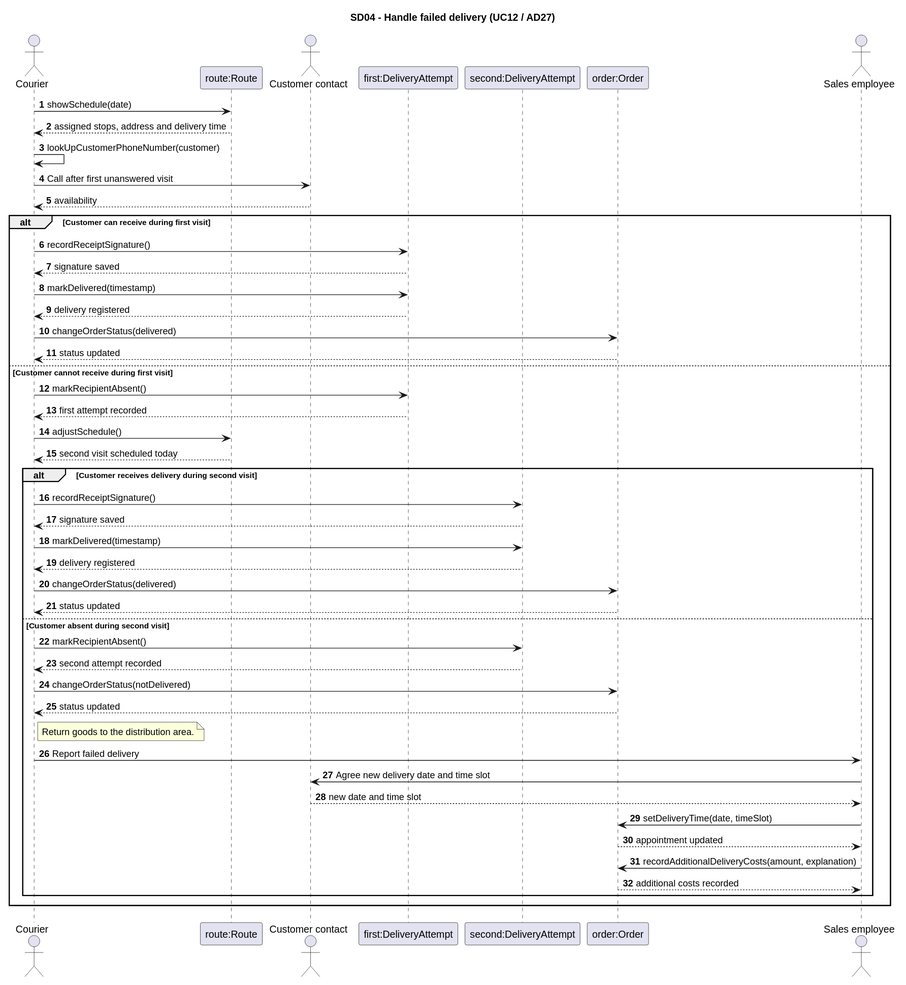
The PlantUML diagram Documentation/Architecture/uml/export/sequence_diagrams/SD04_KlantNietThuis.svg in ViktorQorri/Project-Timaflu, before a commit.
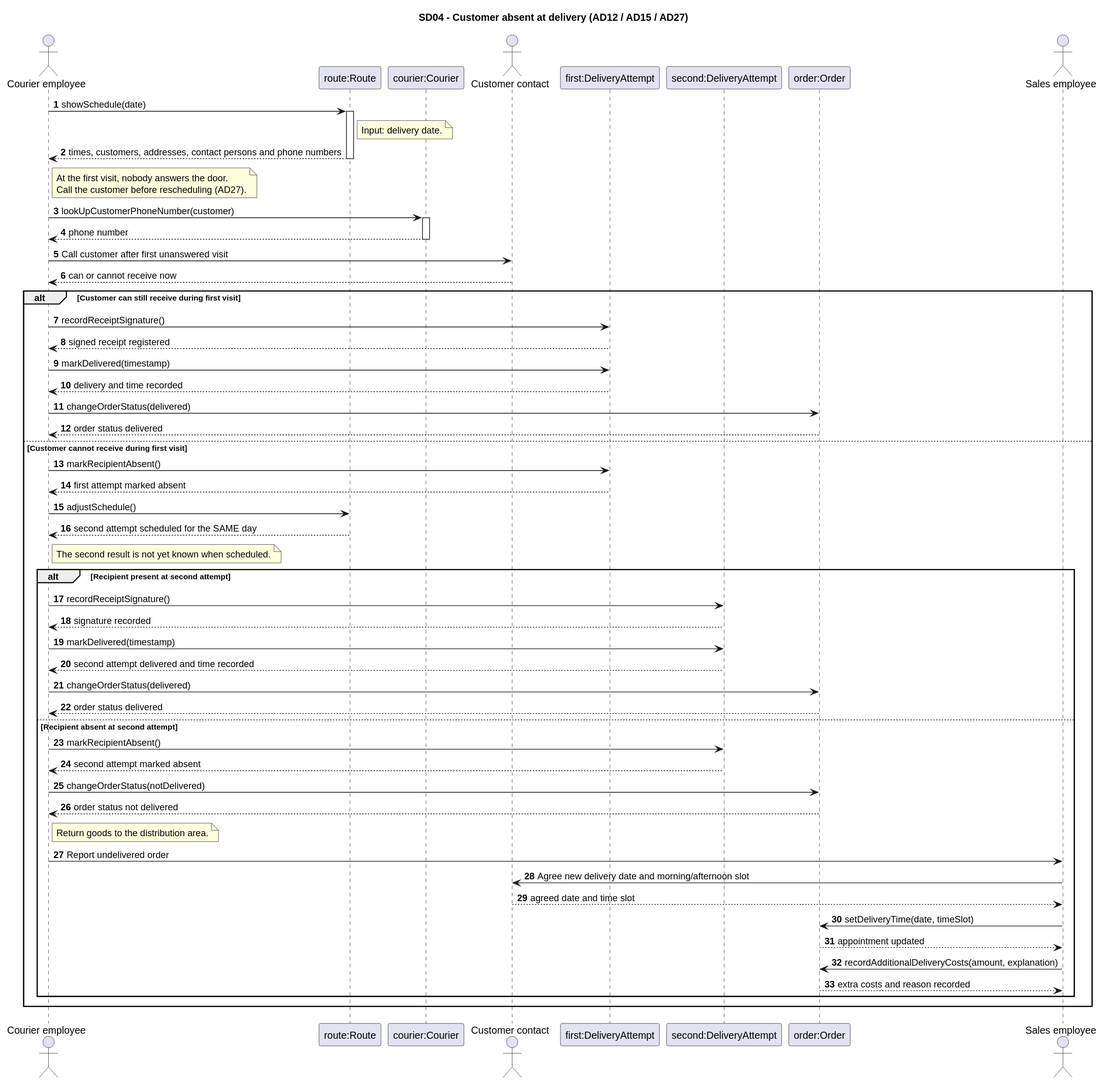
The same diagram one commit later.

Change to the diagram source:
```diff
@@ -1,50 +1,65 @@
 @startuml
-title SD04 - Handle failed delivery (UC12 / AD27)
+title SD04 - Customer absent at delivery (AD12 / AD15 / AD27)
 autonumber
-actor "Courier" as Courier
+
+actor "Courier employee" as CourierEmployee
 participant "route:Route" as Route
+participant "courier:Courier" as Courier
 actor "Customer contact" as Contact
 participant "first:DeliveryAttempt" as First
 participant "second:DeliveryAttempt" as Second
 participant "order:Order" as Order
 actor "Sales employee" as Sales
-Courier -> Route: showSchedule(date)
-Route --> Courier: assigned stops, address and delivery time
-Courier -> Courier: lookUpCustomerPhoneNumber(customer)
-Courier -> Contact: Call after first unanswered visit
-Contact --> Courier: availability
-alt Customer can receive during first visit
-  Courier -> First: recordReceiptSignature()
-  First --> Courier: signature saved
-  Courier -> First: markDelivered(timestamp)
-  First --> Courier: delivery registered
-  Courier -> Order: changeOrderStatus(delivered)
-  Order --> Courier: status updated
+
+CourierEmployee -> Route: showSchedule(date)
+activate Route
+note right of Route: Input: delivery date.
+Route --> CourierEmployee: times, customers, addresses, contact persons and phone numbers
+deactivate Route
+note right of CourierEmployee
+  At the first visit, nobody answers the door.
+  Call the customer before rescheduling (AD27).
+end note
+CourierEmployee -> Courier: lookUpCustomerPhoneNumber(customer)
+activate Courier
+Courier --> CourierEmployee: phone number
+deactivate Courier
+CourierEmployee -> Contact: Call customer after first unanswered visit
+Contact --> CourierEmployee: can or cannot receive now
+
+alt Customer can still receive during first visit
+  CourierEmployee -> First: recordReceiptSignature()
+  First --> CourierEmployee: signed receipt registered
+  CourierEmployee -> First: markDelivered(timestamp)
+  First --> CourierEmployee: delivery and time recorded
+  CourierEmployee -> Order: changeOrderStatus(delivered)
+  Order --> CourierEmployee: order status delivered
 else Customer cannot receive during first visit
-  Courier -> First: markRecipientAbsent()
-  First --> Courier: first attempt recorded
-  Courier -> Route: adjustSchedule()
-  Route --> Courier: second visit scheduled today
-  alt Customer receives delivery during second visit
-    Courier -> Second: recordReceiptSignature()
-    Second --> Courier: signature saved
-    Courier -> Second: markDelivered(timestamp)
-    Second --> Courier: delivery registered
-    Courier -> Order: changeOrderStatus(delivered)
-    Order --> Courier: status updated
-  else Customer absent during second visit
-    Courier -> Second: markRecipientAbsent()
-    Second --> Courier: second attempt recorded
-    Courier -> Order: changeOrderStatus(notDelivered)
-    Order --> Courier: status updated
-    note right of Courier: Return goods to the distribution area.
-    Courier -> Sales: Report failed delivery
-    Sales -> Contact: Agree new delivery date and time slot
-    Contact --> Sales: new date and time slot
+  CourierEmployee -> First: markRecipientAbsent()
+  First --> CourierEmployee: first attempt marked absent
+  CourierEmployee -> Route: adjustSchedule()
+  Route --> CourierEmployee: second attempt scheduled for the SAME day
+  note right of CourierEmployee: The second result is not yet known when scheduled.
+  alt Recipient present at second attempt
+    CourierEmployee -> Second: recordReceiptSignature()
+    Second --> CourierEmployee: signature recorded
+    CourierEmployee -> Second: markDelivered(timestamp)
+    Second --> CourierEmployee: second attempt delivered and time recorded
+    CourierEmployee -> Order: changeOrderStatus(delivered)
+    Order --> CourierEmployee: order status delivered
+  else Recipient absent at second attempt
+    CourierEmployee -> Second: markRecipientAbsent()
+    Second --> CourierEmployee: second attempt marked absent
+    CourierEmployee -> Order: changeOrderStatus(notDelivered)
+    Order --> CourierEmployee: order status not delivered
+    note right of CourierEmployee: Return goods to the distribution area.
+    CourierEmployee -> Sales: Report undelivered order
+    Sales -> Contact: Agree new delivery date and morning/afternoon slot
+    Contact --> Sales: agreed date and time slot
     Sales -> Order: setDeliveryTime(date, timeSlot)
     Order --> Sales: appointment updated
     Sales -> Order: recordAdditionalDeliveryCosts(amount, explanation)
-    Order --> Sales: additional costs recorded
+    Order --> Sales: extra costs and reason recorded
   end
 end
 @enduml
```
